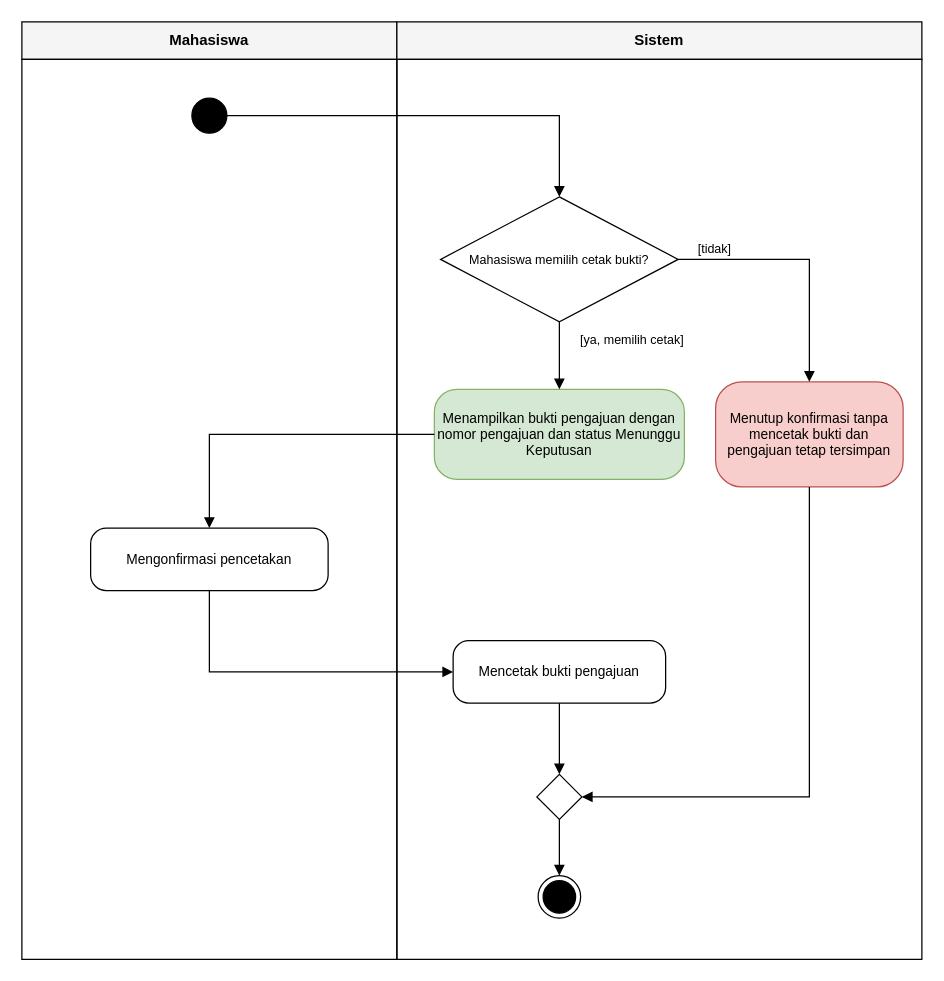
MuhammadYusufFaturahman-55/IFRWP5149_2406002_LabAlat keeps this draw.io diagram as 04_model_analisis/P06/LAB/P06_2406002_LAB_activity_cetak_bukti_v01.drawio. Above is the earlier version. Source tidied: cells renumbered, new cells numbered last; positions are measured from the earlier drawing's top-left corner, leaving out a move shared by most shapes. Both pictures are drawn from the tidied source at 125%, with x=0, y=0 at pixel (21, 21).
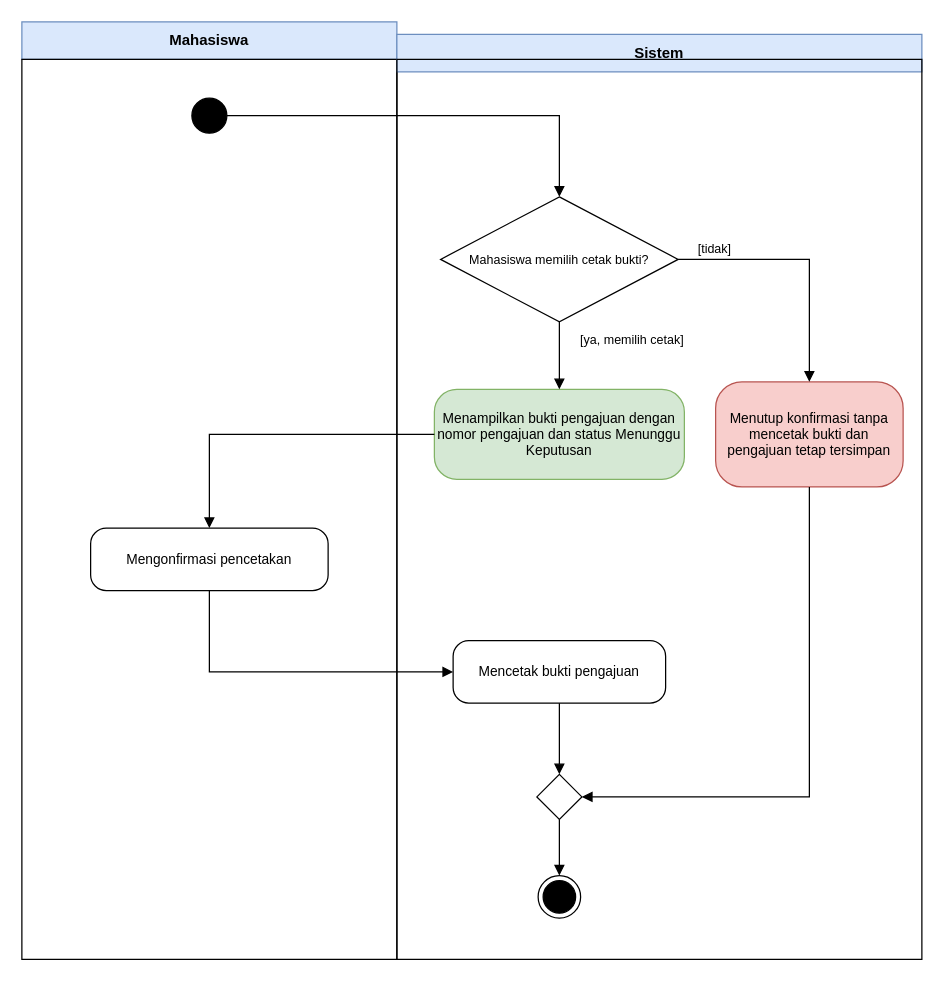
The same diagram, later.

Change to the diagram source:
```diff
@@
-    <mxCell id="2" value="Mahasiswa" style="rounded=0;whiteSpace=wrap;html=1;fillColor=#f5f5f5;strokeColor=#000000;fontStyle=1;fontSize=12;" parent="1" vertex="1">
+    <mxCell id="2" value="Mahasiswa" style="rounded=0;whiteSpace=wrap;html=1;fillColor=#dae8fc;strokeColor=#6c8ebf;fontStyle=1;fontSize=12;" parent="1" vertex="1">
       <mxGeometry width="300" height="30" as="geometry" />
     </mxCell>
@@
-    <mxCell id="4" value="Sistem" style="rounded=0;whiteSpace=wrap;html=1;fillColor=#f5f5f5;strokeColor=#000000;fontStyle=1;fontSize=12;" parent="1" vertex="1">
-      <mxGeometry x="300" width="420" height="30" as="geometry" />
+    <mxCell id="4" value="Sistem" style="rounded=0;whiteSpace=wrap;html=1;fillColor=#dae8fc;strokeColor=#6c8ebf;fontStyle=1;fontSize=12;" parent="1" vertex="1">
+      <mxGeometry x="300" y="10" width="420" height="30" as="geometry" />
     </mxCell>
```
